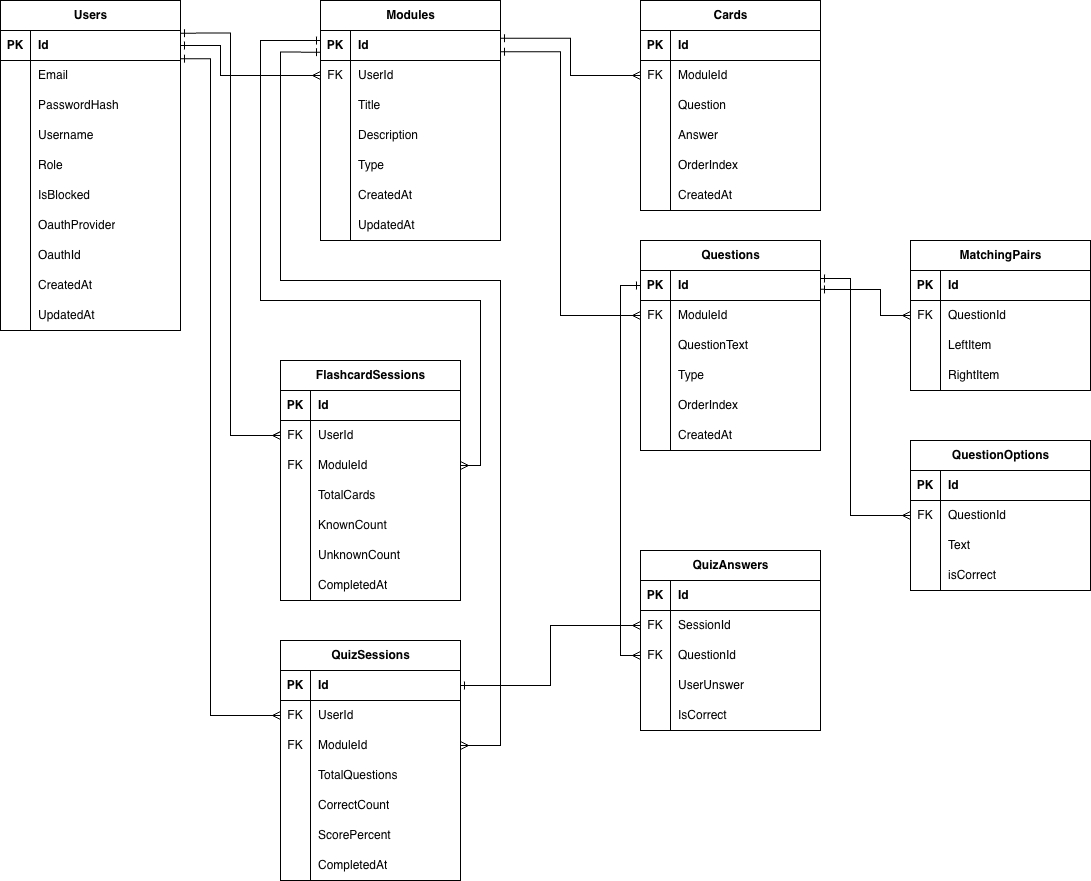
pavelo0/QuizoO keeps this draw.io diagram as docs/database.drawio.png. Above is the earlier version. Source tidied: cells renumbered, new cells last; positions are measured from the earlier drawing's top-left corner, leaving out a move shared by most shapes.
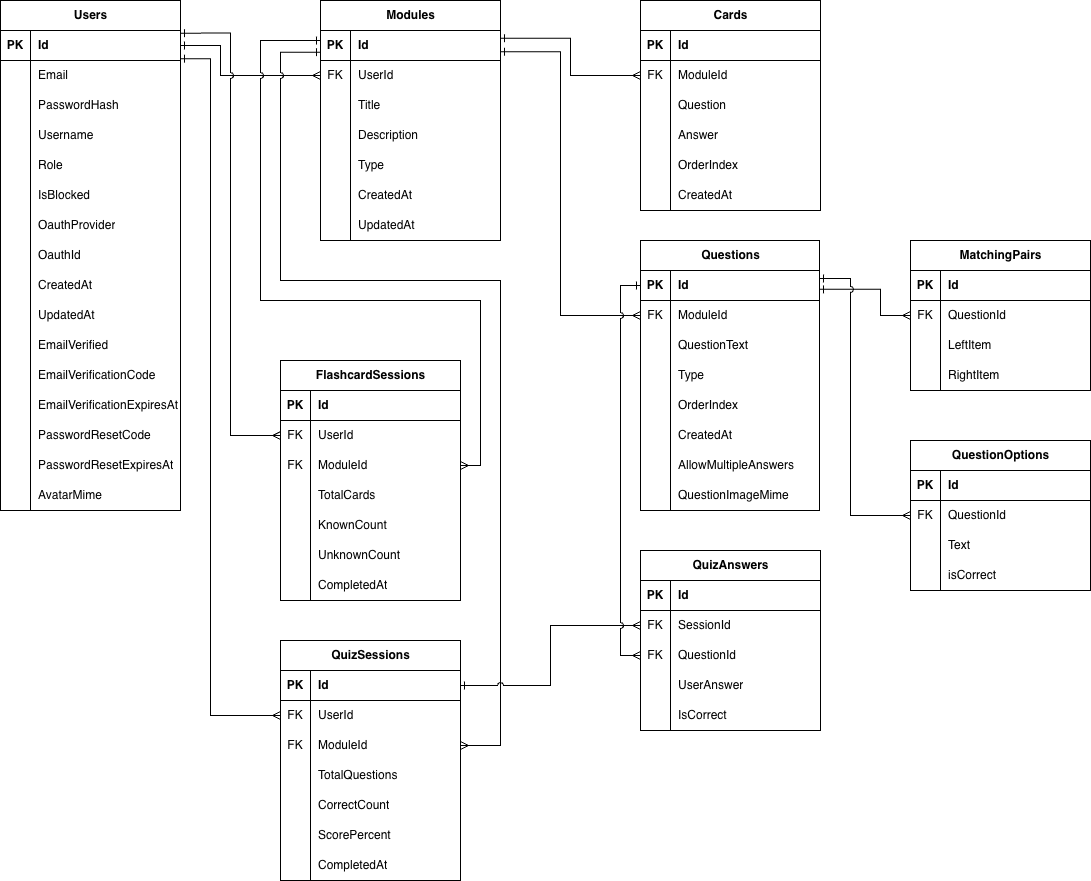
After the commit.

Diff of the diagram source:
```diff
@@ -206,6 +206,6 @@
     <mxCell id="69" value="Questions" style="shape=table;startSize=30;rowLines=0;fontStyle=1;align=center;html=1;" parent="1" vertex="1">
-      <mxGeometry x="640" y="240" width="180" height="210" as="geometry" />
+      <mxGeometry x="640" y="240" width="179" height="270" as="geometry" />
     </mxCell>
     <mxCell id="70" style="shape=tableRow;horizontal=0;startSize=0;swimlaneHead=0;swimlaneBody=0;fillColor=none;points=[[0,0.5],[1,0.5]];portConstraint=eastwest;top=0;left=0;right=0;bottom=1;" parent="69" vertex="1">
-      <mxGeometry y="30" width="180" height="30" as="geometry" />
+      <mxGeometry y="30" width="179" height="30" as="geometry" />
     </mxCell>
@@ -215,6 +215,6 @@
     <mxCell id="72" value="Id" style="shape=partialRectangle;fillColor=none;top=0;left=0;bottom=0;right=0;align=left;spacingLeft=6;fontStyle=1;overflow=hidden;whiteSpace=wrap;html=1;" parent="70" vertex="1">
-      <mxGeometry x="30" width="150" height="30" as="geometry" />
+      <mxGeometry x="30" width="149" height="30" as="geometry" />
     </mxCell>
     <mxCell id="73" style="shape=tableRow;horizontal=0;startSize=0;swimlaneHead=0;swimlaneBody=0;fillColor=none;points=[[0,0.5],[1,0.5]];portConstraint=eastwest;top=0;left=0;right=0;bottom=0;" parent="69" vertex="1">
-      <mxGeometry y="60" width="180" height="30" as="geometry" />
+      <mxGeometry y="60" width="179" height="30" as="geometry" />
     </mxCell>
@@ -224,6 +224,6 @@
     <mxCell id="75" value="ModuleId" style="shape=partialRectangle;fillColor=none;top=0;left=0;bottom=0;right=0;align=left;spacingLeft=6;overflow=hidden;whiteSpace=wrap;html=1;" parent="73" vertex="1">
-      <mxGeometry x="30" width="150" height="30" as="geometry" />
+      <mxGeometry x="30" width="149" height="30" as="geometry" />
     </mxCell>
     <mxCell id="76" style="shape=tableRow;horizontal=0;startSize=0;swimlaneHead=0;swimlaneBody=0;fillColor=none;top=0;left=0;right=0;bottom=0;" parent="69" vertex="1">
-      <mxGeometry y="90" width="180" height="30" as="geometry" />
+      <mxGeometry y="90" width="179" height="30" as="geometry" />
     </mxCell>
@@ -233,6 +233,6 @@
     <mxCell id="78" value="QuestionText" style="shape=partialRectangle;fillColor=none;top=0;left=0;bottom=0;right=0;align=left;spacingLeft=6;overflow=hidden;whiteSpace=wrap;html=1;" parent="76" vertex="1">
-      <mxGeometry x="30" width="150" height="30" as="geometry" />
+      <mxGeometry x="30" width="149" height="30" as="geometry" />
     </mxCell>
     <mxCell id="79" style="shape=tableRow;horizontal=0;startSize=0;swimlaneHead=0;swimlaneBody=0;fillColor=none;top=0;left=0;right=0;bottom=0;" parent="69" vertex="1">
-      <mxGeometry y="120" width="180" height="30" as="geometry" />
+      <mxGeometry y="120" width="179" height="30" as="geometry" />
     </mxCell>
@@ -242,6 +242,6 @@
     <mxCell id="81" value="Type" style="shape=partialRectangle;fillColor=none;top=0;left=0;bottom=0;right=0;align=left;spacingLeft=6;overflow=hidden;whiteSpace=wrap;html=1;" parent="79" vertex="1">
-      <mxGeometry x="30" width="150" height="30" as="geometry" />
+      <mxGeometry x="30" width="149" height="30" as="geometry" />
     </mxCell>
     <mxCell id="82" style="shape=tableRow;horizontal=0;startSize=0;swimlaneHead=0;swimlaneBody=0;fillColor=none;top=0;left=0;right=0;bottom=0;" parent="69" vertex="1">
-      <mxGeometry y="150" width="180" height="30" as="geometry" />
+      <mxGeometry y="150" width="179" height="30" as="geometry" />
     </mxCell>
@@ -251,6 +251,6 @@
     <mxCell id="84" value="OrderIndex" style="shape=partialRectangle;fillColor=none;top=0;left=0;bottom=0;right=0;align=left;spacingLeft=6;overflow=hidden;whiteSpace=wrap;html=1;" parent="82" vertex="1">
-      <mxGeometry x="30" width="150" height="30" as="geometry" />
+      <mxGeometry x="30" width="149" height="30" as="geometry" />
     </mxCell>
     <mxCell id="85" style="shape=tableRow;horizontal=0;startSize=0;swimlaneHead=0;swimlaneBody=0;fillColor=none;top=0;left=0;right=0;bottom=0;" parent="69" vertex="1">
-      <mxGeometry y="180" width="180" height="30" as="geometry" />
+      <mxGeometry y="180" width="179" height="30" as="geometry" />
     </mxCell>
@@ -260,4 +260,22 @@
     <mxCell id="87" value="CreatedAt" style="shape=partialRectangle;fillColor=none;top=0;left=0;bottom=0;right=0;align=left;spacingLeft=6;overflow=hidden;whiteSpace=wrap;html=1;" parent="85" vertex="1">
-      <mxGeometry x="30" width="150" height="30" as="geometry" />
+      <mxGeometry x="30" width="149" height="30" as="geometry" />
     </mxCell>
+    <mxCell id="190" style="shape=tableRow;horizontal=0;startSize=0;swimlaneHead=0;swimlaneBody=0;fillColor=none;top=0;left=0;right=0;bottom=0;" parent="69" vertex="1">
+      <mxGeometry y="210" width="179" height="30" as="geometry" />
+    </mxCell>
+    <mxCell id="191" style="shape=partialRectangle;fillColor=none;top=0;left=0;bottom=0;right=0;overflow=hidden;whiteSpace=wrap;html=1;" parent="190" vertex="1">
+      <mxGeometry width="30" height="30" as="geometry" />
+    </mxCell>
+    <mxCell id="192" value="AllowMultipleAnswers" style="shape=partialRectangle;fillColor=none;top=0;left=0;bottom=0;right=0;align=left;spacingLeft=6;overflow=hidden;whiteSpace=wrap;html=1;" parent="190" vertex="1">
+      <mxGeometry x="30" width="149" height="30" as="geometry" />
+    </mxCell>
+    <mxCell id="193" style="shape=tableRow;horizontal=0;startSize=0;swimlaneHead=0;swimlaneBody=0;fillColor=none;top=0;left=0;right=0;bottom=0;" parent="69" vertex="1">
+      <mxGeometry y="240" width="179" height="30" as="geometry" />
+    </mxCell>
+    <mxCell id="194" style="shape=partialRectangle;fillColor=none;top=0;left=0;bottom=0;right=0;overflow=hidden;whiteSpace=wrap;html=1;" parent="193" vertex="1">
+      <mxGeometry width="30" height="30" as="geometry" />
+    </mxCell>
+    <mxCell id="195" value="QuestionImageMime" style="shape=partialRectangle;fillColor=none;top=0;left=0;bottom=0;right=0;align=left;spacingLeft=6;overflow=hidden;whiteSpace=wrap;html=1;" parent="193" vertex="1">
+      <mxGeometry x="30" width="149" height="30" as="geometry" />
+    </mxCell>
     <mxCell id="88" value="FlashcardSessions" style="shape=table;startSize=30;rowLines=0;fontStyle=1;align=center;html=1;" parent="1" vertex="1">
@@ -430,3 +448,3 @@
     </mxCell>
-    <mxCell id="144" value="UserUnswer" style="shape=partialRectangle;fillColor=none;top=0;left=0;bottom=0;right=0;align=left;spacingLeft=6;overflow=hidden;whiteSpace=wrap;html=1;" parent="142" vertex="1">
+    <mxCell id="144" value="UserAnswer" style="shape=partialRectangle;fillColor=none;top=0;left=0;bottom=0;right=0;align=left;spacingLeft=6;overflow=hidden;whiteSpace=wrap;html=1;" parent="142" vertex="1">
       <mxGeometry x="30" width="150" height="30" as="geometry" />
@@ -443,3 +461,3 @@
     <mxCell id="148" value="Users" style="shape=table;startSize=30;rowLines=0;fontStyle=1;align=center;html=1;" parent="1" vertex="1">
-      <mxGeometry width="180" height="330" as="geometry" />
+      <mxGeometry width="180" height="510" as="geometry" />
     </mxCell>
@@ -535,3 +553,57 @@
     </mxCell>
+    <mxCell id="196" style="shape=tableRow;horizontal=0;startSize=0;swimlaneHead=0;swimlaneBody=0;fillColor=none;top=0;left=0;right=0;bottom=0;" parent="148" vertex="1">
+      <mxGeometry y="330" width="180" height="30" as="geometry" />
+    </mxCell>
+    <mxCell id="197" style="shape=partialRectangle;fillColor=none;top=0;left=0;bottom=0;right=0;overflow=hidden;whiteSpace=wrap;html=1;" parent="196" vertex="1">
+      <mxGeometry width="30" height="30" as="geometry" />
+    </mxCell>
+    <mxCell id="198" value="E&lt;span style=&quot;background-color: transparent; color: light-dark(rgb(0, 0, 0), rgb(255, 255, 255));&quot;&gt;mailVerified&lt;/span&gt;" style="shape=partialRectangle;fillColor=none;top=0;left=0;bottom=0;right=0;align=left;spacingLeft=6;overflow=hidden;whiteSpace=wrap;html=1;" parent="196" vertex="1">
+      <mxGeometry x="30" width="150" height="30" as="geometry" />
+    </mxCell>
+    <mxCell id="199" style="shape=tableRow;horizontal=0;startSize=0;swimlaneHead=0;swimlaneBody=0;fillColor=none;top=0;left=0;right=0;bottom=0;" parent="148" vertex="1">
+      <mxGeometry y="360" width="180" height="30" as="geometry" />
+    </mxCell>
+    <mxCell id="200" style="shape=partialRectangle;fillColor=none;top=0;left=0;bottom=0;right=0;overflow=hidden;whiteSpace=wrap;html=1;" parent="199" vertex="1">
+      <mxGeometry width="30" height="30" as="geometry" />
+    </mxCell>
+    <mxCell id="201" value="EmailVerificationCode" style="shape=partialRectangle;fillColor=none;top=0;left=0;bottom=0;right=0;align=left;spacingLeft=6;overflow=hidden;whiteSpace=wrap;html=1;" parent="199" vertex="1">
+      <mxGeometry x="30" width="150" height="30" as="geometry" />
+    </mxCell>
+    <mxCell id="202" style="shape=tableRow;horizontal=0;startSize=0;swimlaneHead=0;swimlaneBody=0;fillColor=none;top=0;left=0;right=0;bottom=0;" parent="148" vertex="1">
+      <mxGeometry y="390" width="180" height="30" as="geometry" />
+    </mxCell>
+    <mxCell id="203" style="shape=partialRectangle;fillColor=none;top=0;left=0;bottom=0;right=0;overflow=hidden;whiteSpace=wrap;html=1;" parent="202" vertex="1">
+      <mxGeometry width="30" height="30" as="geometry" />
+    </mxCell>
+    <mxCell id="204" value="EmailVerificationExpiresAt" style="shape=partialRectangle;fillColor=none;top=0;left=0;bottom=0;right=0;align=left;spacingLeft=6;overflow=hidden;whiteSpace=wrap;html=1;" parent="202" vertex="1">
+      <mxGeometry x="30" width="150" height="30" as="geometry" />
+    </mxCell>
+    <mxCell id="205" style="shape=tableRow;horizontal=0;startSize=0;swimlaneHead=0;swimlaneBody=0;fillColor=none;top=0;left=0;right=0;bottom=0;" parent="148" vertex="1">
+      <mxGeometry y="420" width="180" height="30" as="geometry" />
+    </mxCell>
+    <mxCell id="206" style="shape=partialRectangle;fillColor=none;top=0;left=0;bottom=0;right=0;overflow=hidden;whiteSpace=wrap;html=1;" parent="205" vertex="1">
+      <mxGeometry width="30" height="30" as="geometry" />
+    </mxCell>
+    <mxCell id="207" value="PasswordResetCode" style="shape=partialRectangle;fillColor=none;top=0;left=0;bottom=0;right=0;align=left;spacingLeft=6;overflow=hidden;whiteSpace=wrap;html=1;" parent="205" vertex="1">
+      <mxGeometry x="30" width="150" height="30" as="geometry" />
+    </mxCell>
+    <mxCell id="208" style="shape=tableRow;horizontal=0;startSize=0;swimlaneHead=0;swimlaneBody=0;fillColor=none;top=0;left=0;right=0;bottom=0;" parent="148" vertex="1">
+      <mxGeometry y="450" width="180" height="30" as="geometry" />
+    </mxCell>
+    <mxCell id="209" style="shape=partialRectangle;fillColor=none;top=0;left=0;bottom=0;right=0;overflow=hidden;whiteSpace=wrap;html=1;" parent="208" vertex="1">
+      <mxGeometry width="30" height="30" as="geometry" />
+    </mxCell>
+    <mxCell id="210" value="PasswordResetExpiresAt" style="shape=partialRectangle;fillColor=none;top=0;left=0;bottom=0;right=0;align=left;spacingLeft=6;overflow=hidden;whiteSpace=wrap;html=1;" parent="208" vertex="1">
+      <mxGeometry x="30" width="150" height="30" as="geometry" />
+    </mxCell>
+    <mxCell id="211" style="shape=tableRow;horizontal=0;startSize=0;swimlaneHead=0;swimlaneBody=0;fillColor=none;top=0;left=0;right=0;bottom=0;" parent="148" vertex="1">
+      <mxGeometry y="480" width="180" height="30" as="geometry" />
+    </mxCell>
+    <mxCell id="212" style="shape=partialRectangle;fillColor=none;top=0;left=0;bottom=0;right=0;overflow=hidden;whiteSpace=wrap;html=1;" parent="211" vertex="1">
+      <mxGeometry width="30" height="30" as="geometry" />
+    </mxCell>
+    <mxCell id="213" value="AvatarMime" style="shape=partialRectangle;fillColor=none;top=0;left=0;bottom=0;right=0;align=left;spacingLeft=6;overflow=hidden;whiteSpace=wrap;html=1;" parent="211" vertex="1">
+      <mxGeometry x="30" width="150" height="30" as="geometry" />
+    </mxCell>
-    <mxCell id="179" style="edgeStyle=orthogonalEdgeStyle;rounded=0;jettySize=auto;html=1;exitX=1;exitY=0.5;exitDx=0;exitDy=0;entryX=0;entryY=0.5;entryDx=0;entryDy=0;startArrow=ERone;startFill=0;endArrow=ERmany;endFill=0;" parent="1" edge="1" source="149" target="6">
+    <mxCell id="179" style="edgeStyle=orthogonalEdgeStyle;rounded=0;jettySize=auto;html=1;exitX=1;exitY=0.5;exitDx=0;exitDy=0;entryX=0;entryY=0.5;entryDx=0;entryDy=0;startArrow=ERone;startFill=0;endArrow=ERmany;endFill=0;jumpStyle=arc;" parent="1" edge="1" source="149" target="6">
       <mxGeometry relative="1" as="geometry">
@@ -551,3 +623,3 @@
     </mxCell>
-    <mxCell id="181" style="edgeStyle=orthogonalEdgeStyle;rounded=0;jettySize=auto;html=1;entryX=0;entryY=0.5;entryDx=0;entryDy=0;startArrow=ERone;startFill=0;endArrow=ERmany;endFill=0;exitX=1;exitY=0.709;exitDx=0;exitDy=0;exitPerimeter=0;" parent="1" edge="1" source="3" target="73">
+    <mxCell id="181" style="edgeStyle=orthogonalEdgeStyle;rounded=0;jettySize=auto;html=1;entryX=0;entryY=0.5;entryDx=0;entryDy=0;startArrow=ERone;startFill=0;endArrow=ERmany;endFill=0;exitX=1;exitY=0.709;exitDx=0;exitDy=0;exitPerimeter=0;jumpStyle=arc;" parent="1" edge="1" source="3" target="73">
       <mxGeometry relative="1" as="geometry">
@@ -559,3 +631,3 @@
     </mxCell>
-    <mxCell id="182" style="edgeStyle=orthogonalEdgeStyle;rounded=0;jettySize=auto;html=1;exitX=1;exitY=0.629;exitDx=0;exitDy=0;entryX=0;entryY=0.5;entryDx=0;entryDy=0;startArrow=ERone;startFill=0;endArrow=ERmany;endFill=0;exitPerimeter=0;" parent="1" edge="1" source="70" target="60">
+    <mxCell id="182" style="edgeStyle=orthogonalEdgeStyle;rounded=0;jettySize=auto;html=1;exitX=1;exitY=0.629;exitDx=0;exitDy=0;entryX=0;entryY=0.5;entryDx=0;entryDy=0;startArrow=ERone;startFill=0;endArrow=ERmany;endFill=0;exitPerimeter=0;jumpStyle=arc;" parent="1" edge="1" source="70" target="60">
       <mxGeometry relative="1" as="geometry">
@@ -567,3 +639,3 @@
     </mxCell>
-    <mxCell id="183" style="edgeStyle=orthogonalEdgeStyle;rounded=0;jettySize=auto;html=1;entryX=0;entryY=0.5;entryDx=0;entryDy=0;exitX=1;exitY=0.266;exitDx=0;exitDy=0;exitPerimeter=0;startArrow=ERone;startFill=0;endArrow=ERmany;endFill=0;" parent="1" edge="1" source="70" target="28">
+    <mxCell id="183" style="edgeStyle=orthogonalEdgeStyle;rounded=0;jettySize=auto;html=1;entryX=0;entryY=0.5;entryDx=0;entryDy=0;exitX=1;exitY=0.266;exitDx=0;exitDy=0;exitPerimeter=0;startArrow=ERone;startFill=0;endArrow=ERmany;endFill=0;jumpStyle=arc;" parent="1" edge="1" source="70" target="28">
       <mxGeometry relative="1" as="geometry">
@@ -575,3 +647,3 @@
     </mxCell>
-    <mxCell id="184" style="edgeStyle=orthogonalEdgeStyle;rounded=0;jettySize=auto;html=1;entryX=0;entryY=0.5;entryDx=0;entryDy=0;exitX=1;exitY=0.088;exitDx=0;exitDy=0;exitPerimeter=0;startArrow=ERone;startFill=0;endArrow=ERmany;endFill=0;" parent="1" edge="1" source="149">
+    <mxCell id="184" style="edgeStyle=orthogonalEdgeStyle;rounded=0;jettySize=auto;html=1;entryX=0;entryY=0.5;entryDx=0;entryDy=0;exitX=1;exitY=0.088;exitDx=0;exitDy=0;exitPerimeter=0;startArrow=ERone;startFill=0;endArrow=ERmany;endFill=0;jumpStyle=arc;" parent="1" edge="1" source="149">
       <mxGeometry relative="1" as="geometry">
@@ -584,3 +656,3 @@
     </mxCell>
-    <mxCell id="185" style="edgeStyle=orthogonalEdgeStyle;rounded=0;jettySize=auto;html=1;entryX=1;entryY=0.5;entryDx=0;entryDy=0;startArrow=ERone;startFill=0;endArrow=ERmany;endFill=0;exitX=0;exitY=0.336;exitDx=0;exitDy=0;exitPerimeter=0;" parent="1" edge="1" source="3" target="95">
+    <mxCell id="185" style="edgeStyle=orthogonalEdgeStyle;rounded=0;jettySize=auto;html=1;entryX=1;entryY=0.5;entryDx=0;entryDy=0;startArrow=ERone;startFill=0;endArrow=ERmany;endFill=0;exitX=0;exitY=0.336;exitDx=0;exitDy=0;exitPerimeter=0;jumpStyle=arc;" parent="1" edge="1" source="3" target="95">
       <mxGeometry relative="1" as="geometry">
@@ -594,3 +666,3 @@
     </mxCell>
-    <mxCell id="186" style="edgeStyle=orthogonalEdgeStyle;rounded=0;jettySize=auto;html=1;entryX=0;entryY=0.5;entryDx=0;entryDy=0;exitX=1;exitY=0.94;exitDx=0;exitDy=0;exitPerimeter=0;startArrow=ERone;startFill=0;endArrow=ERmany;endFill=0;" parent="1" edge="1" source="149" target="114">
+    <mxCell id="186" style="edgeStyle=orthogonalEdgeStyle;rounded=0;jettySize=auto;html=1;entryX=0;entryY=0.5;entryDx=0;entryDy=0;exitX=1;exitY=0.94;exitDx=0;exitDy=0;exitPerimeter=0;startArrow=ERone;startFill=0;endArrow=ERmany;endFill=0;jumpStyle=arc;" parent="1" edge="1" source="149" target="114">
       <mxGeometry relative="1" as="geometry">
@@ -602,3 +674,3 @@
     </mxCell>
-    <mxCell id="187" style="edgeStyle=orthogonalEdgeStyle;rounded=0;jettySize=auto;html=1;entryX=1;entryY=0.5;entryDx=0;entryDy=0;exitX=0;exitY=0.721;exitDx=0;exitDy=0;exitPerimeter=0;startArrow=ERone;startFill=0;endArrow=ERmany;endFill=0;" parent="1" edge="1" source="3" target="117">
+    <mxCell id="187" style="edgeStyle=orthogonalEdgeStyle;rounded=0;jettySize=auto;html=1;entryX=1;entryY=0.5;entryDx=0;entryDy=0;exitX=0;exitY=0.721;exitDx=0;exitDy=0;exitPerimeter=0;startArrow=ERone;startFill=0;endArrow=ERmany;endFill=0;jumpStyle=arc;" parent="1" edge="1" source="3" target="117">
       <mxGeometry relative="1" as="geometry">
@@ -612,6 +684,6 @@
     </mxCell>
-    <mxCell id="188" style="edgeStyle=orthogonalEdgeStyle;rounded=0;jettySize=auto;html=1;exitX=1;exitY=0.5;exitDx=0;exitDy=0;entryX=0;entryY=0.5;entryDx=0;entryDy=0;startArrow=ERone;startFill=0;endArrow=ERmany;endFill=0;" parent="1" edge="1" source="111" target="136">
+    <mxCell id="188" style="edgeStyle=orthogonalEdgeStyle;rounded=0;jettySize=auto;html=1;exitX=1;exitY=0.5;exitDx=0;exitDy=0;entryX=0;entryY=0.5;entryDx=0;entryDy=0;startArrow=ERone;startFill=0;endArrow=ERmany;endFill=0;jumpStyle=arc;" parent="1" edge="1" source="111" target="136">
       <mxGeometry relative="1" as="geometry" />
     </mxCell>
-    <mxCell id="189" style="edgeStyle=orthogonalEdgeStyle;rounded=0;jettySize=auto;html=1;exitX=0;exitY=0.5;exitDx=0;exitDy=0;entryX=0;entryY=0.5;entryDx=0;entryDy=0;startArrow=ERone;startFill=0;endArrow=ERmany;endFill=0;" parent="1" edge="1" source="70" target="139">
+    <mxCell id="189" style="edgeStyle=orthogonalEdgeStyle;rounded=0;jettySize=auto;html=1;exitX=0;exitY=0.5;exitDx=0;exitDy=0;entryX=0;entryY=0.5;entryDx=0;entryDy=0;startArrow=ERone;startFill=0;endArrow=ERmany;endFill=0;jumpStyle=arc;" parent="1" edge="1" source="70" target="139">
       <mxGeometry relative="1" as="geometry" />
```
